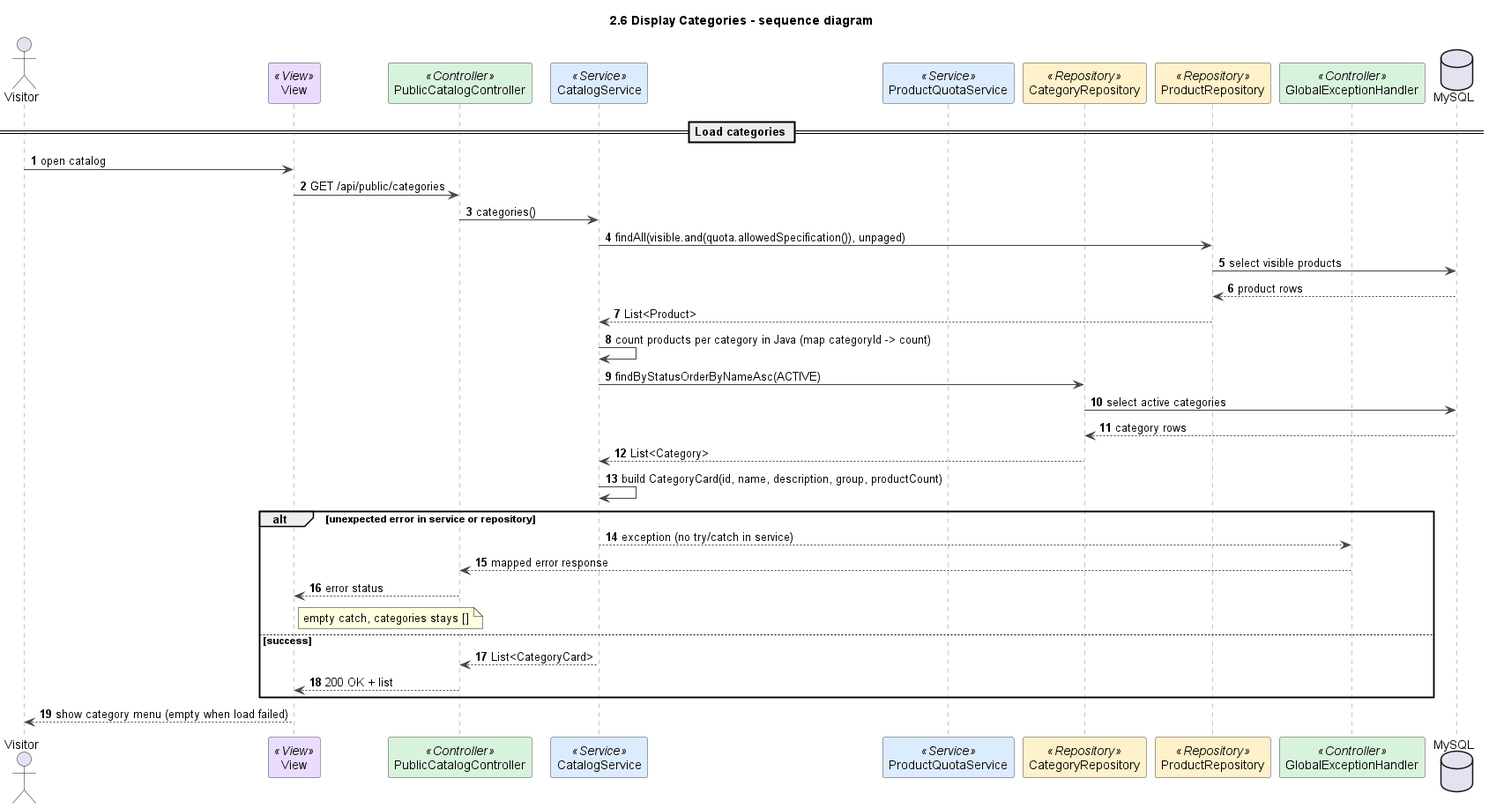
Before: docs/sds/2.6-categories-sequence.png, a diagram exported from PlantUML (duckpao/FlowerShop_SWP391).
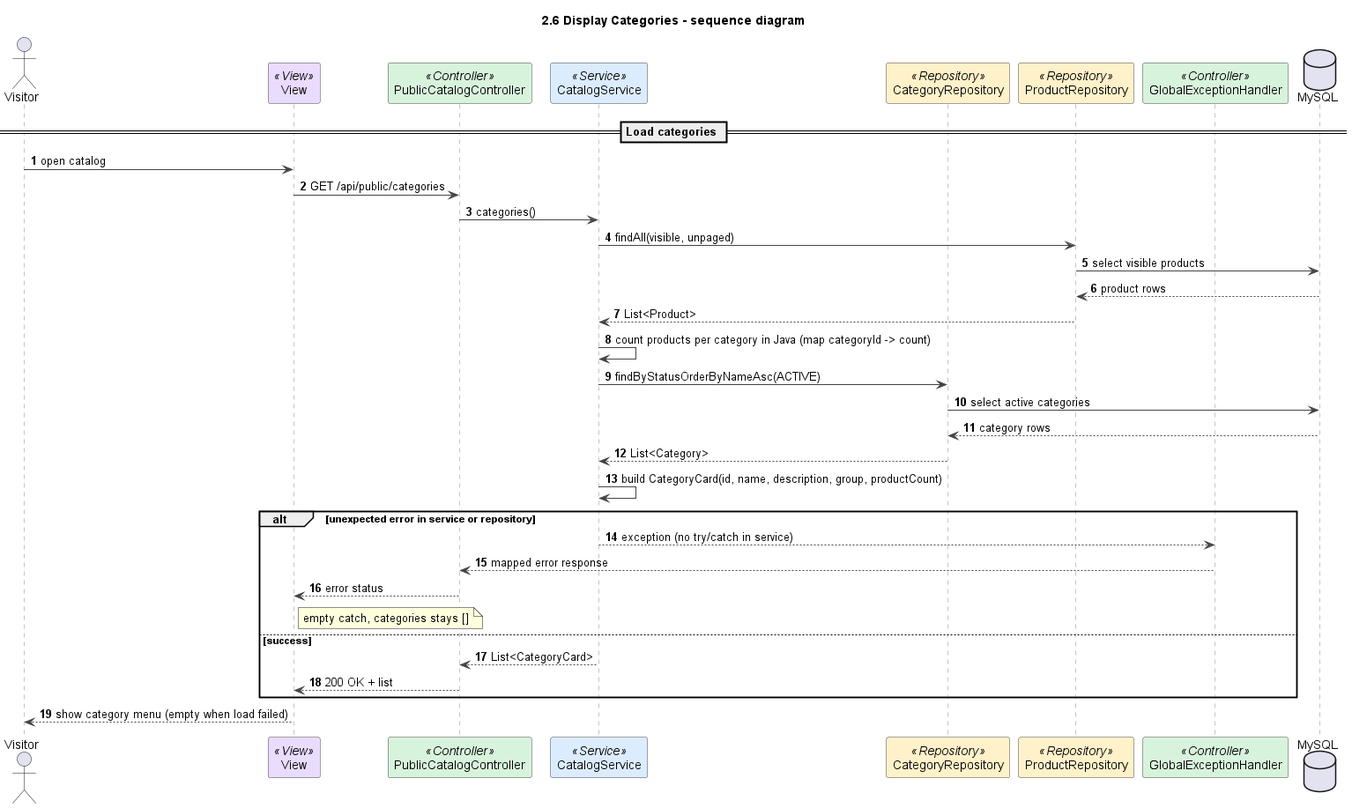
Later version of the same file.

Diff of the diagram source:
```diff
@@ -16,7 +16,6 @@
 participant "View" as V <<View>> #EADCFF
 participant PublicCatalogController as C <<Controller>> #D8F3DC
 participant CatalogService as S <<Service>> #DCECFF
-participant ProductQuotaService as Q <<Service>> #DCECFF
 participant CategoryRepository as CR <<Repository>> #FFF1C9
 participant ProductRepository as R <<Repository>> #FFF1C9
 participant GlobalExceptionHandler as G <<Controller>> #D8F3DC
@@ -26,7 +25,7 @@
 U -> V : open catalog
 V -> C : GET /api/public/categories
 C -> S : categories()
-S -> R : findAll(visible.and(quota.allowedSpecification()), unpaged)
+S -> R : findAll(visible, unpaged)
 R -> MySQL : select visible products
 MySQL --> R : product rows
 R --> S : List<Product>
```
